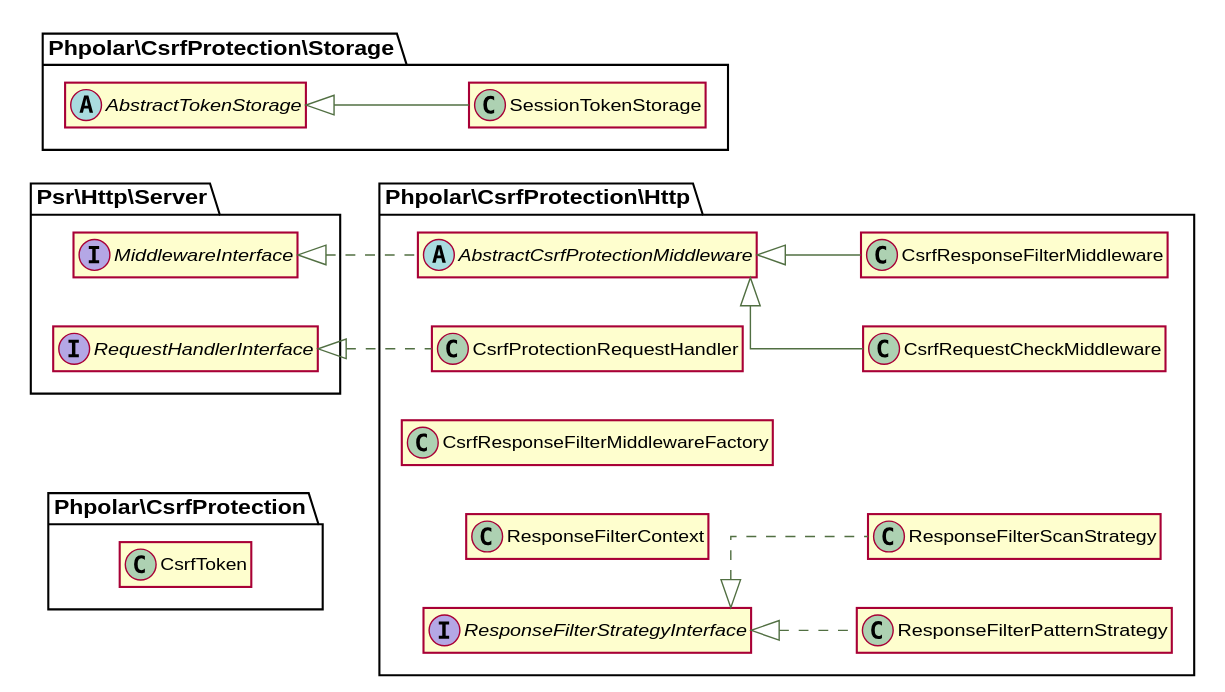
This is docs/graphs/classes.svg from phpolar/csrf-protection, a PlantUML export, as it was before one commit.
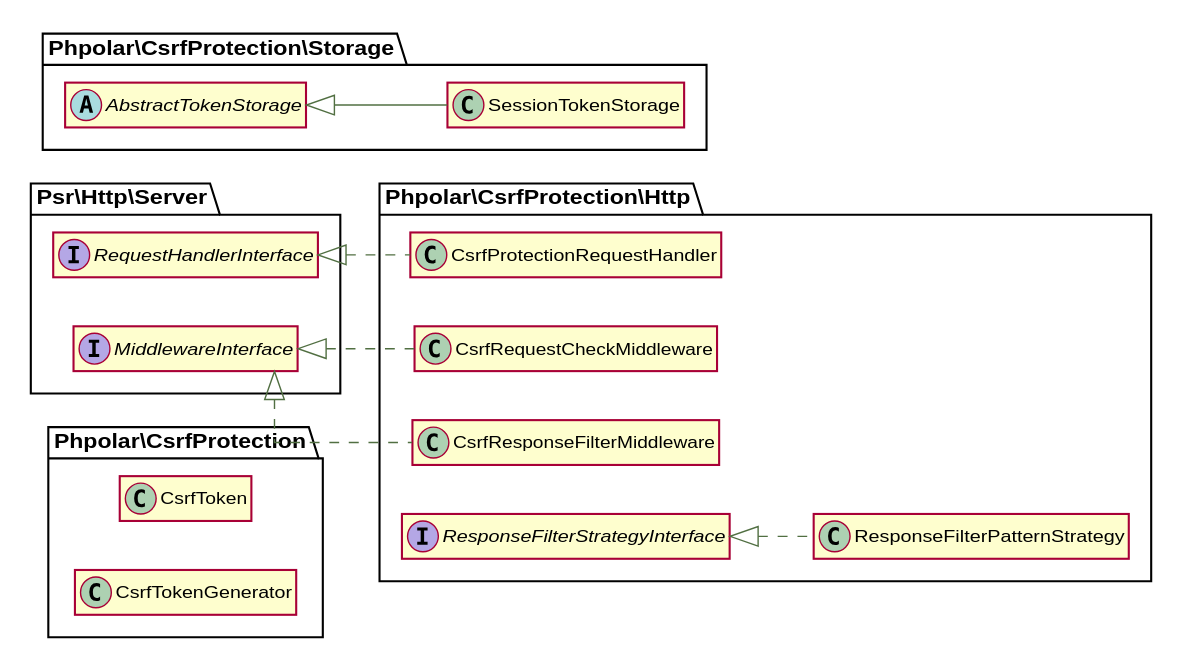
Above is the later version.

The edit, as a diff of the source:
```diff
@@ -16,28 +16,19 @@
 class \\Phpolar\\CsrfProtection\\CsrfToken {
 }
 
-abstract class \\Phpolar\\CsrfProtection\\Http\\AbstractCsrfProtectionMiddleware implements \\Psr\\Http\\Server\\MiddlewareInterface {
+class \\Phpolar\\CsrfProtection\\CsrfTokenGenerator {
 }
 
 class \\Phpolar\\CsrfProtection\\Http\\CsrfProtectionRequestHandler implements \\Psr\\Http\\Server\\RequestHandlerInterface {
 }
 
-class \\Phpolar\\CsrfProtection\\Http\\CsrfRequestCheckMiddleware extends \\Phpolar\\CsrfProtection\\Http\\AbstractCsrfProtectionMiddleware {
+class \\Phpolar\\CsrfProtection\\Http\\CsrfRequestCheckMiddleware implements \\Psr\\Http\\Server\\MiddlewareInterface {
 }
 
-class \\Phpolar\\CsrfProtection\\Http\\CsrfResponseFilterMiddleware extends \\Phpolar\\CsrfProtection\\Http\\AbstractCsrfProtectionMiddleware {
-}
-
-class \\Phpolar\\CsrfProtection\\Http\\CsrfResponseFilterMiddlewareFactory {
-}
-
-class \\Phpolar\\CsrfProtection\\Http\\ResponseFilterContext {
+class \\Phpolar\\CsrfProtection\\Http\\CsrfResponseFilterMiddleware implements \\Psr\\Http\\Server\\MiddlewareInterface {
 }
 
 class \\Phpolar\\CsrfProtection\\Http\\ResponseFilterPatternStrategy implements \\Phpolar\\CsrfProtection\\Http\\ResponseFilterStrategyInterface {
-}
-
-class \\Phpolar\\CsrfProtection\\Http\\ResponseFilterScanStrategy implements \\Phpolar\\CsrfProtection\\Http\\ResponseFilterStrategyInterface {
 }
 
 interface \\Phpolar\\CsrfProtection\\Http\\ResponseFilterStrategyInterface {
```
